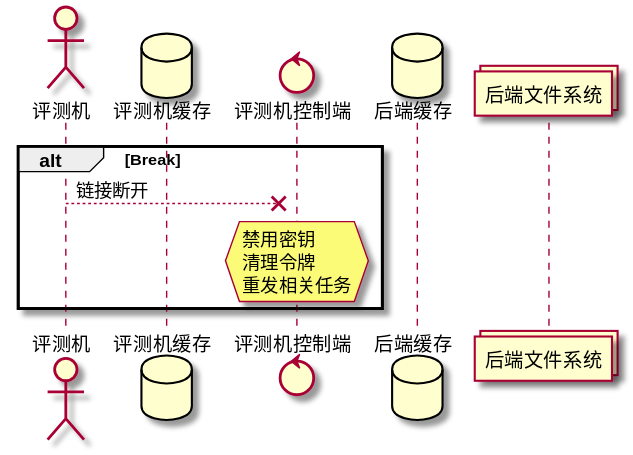
The PlantUML diagram DesignDocs/Section2-InnerProtocol/plantumlsrc/time-graph-on-connect-break.svg in ThinkSpiritLab/Heng, before a commit.
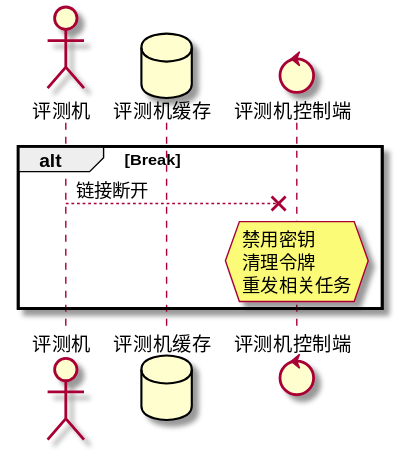
The same file after the commit.

The edit, as a diff of the source:
```diff
@@ -3,8 +3,6 @@
 actor "评测机" as j
 database "评测机缓存" as jb
 control "评测机控制端" as b
-database "后端缓存" as bb
-collections "后端文件系统" as bfs
 alt Break
 j --x b : 链接断开
 hnote over b : 禁用密钥\n清理令牌\n重发相关任务
```
